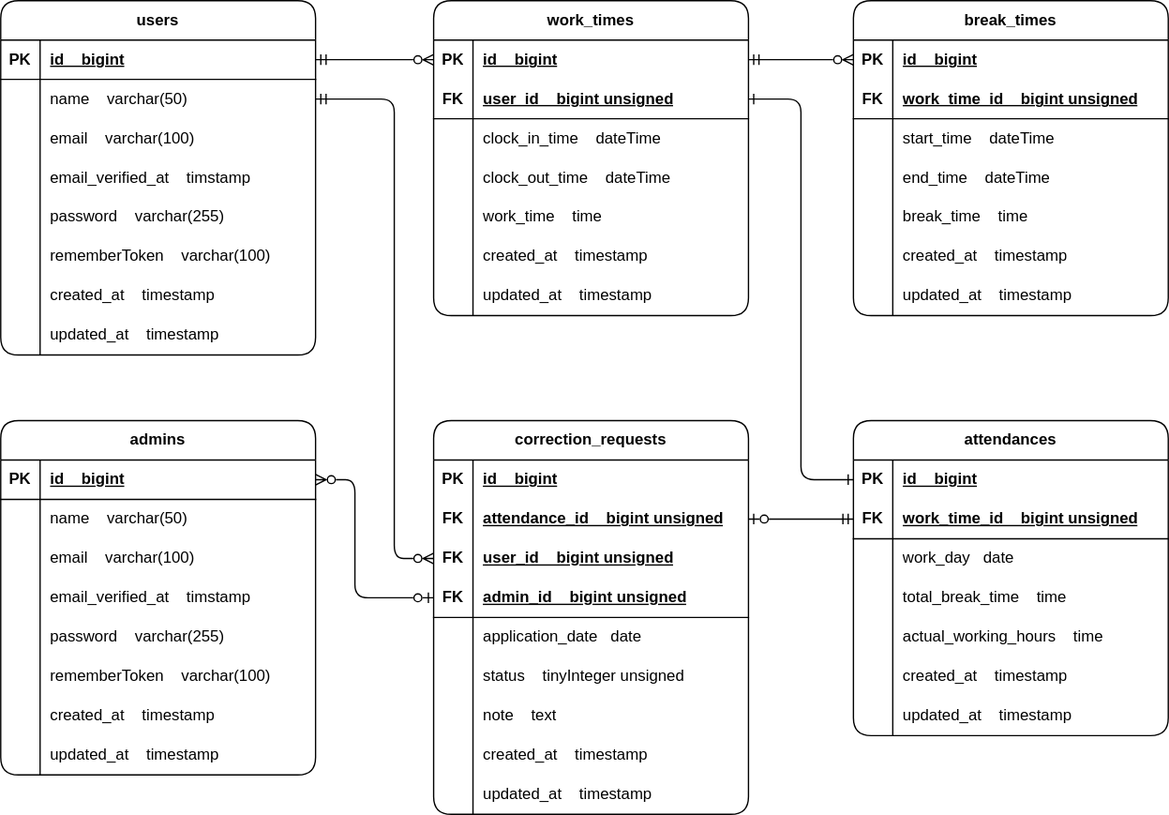
This is ER.drawio.svg from Takumi8888/attendance-management, a draw.io export, as it was before one commit. Source tidied: cells renumbered, new cells last; positions are measured from the earlier drawing's top-left corner, leaving out a move shared by most shapes.
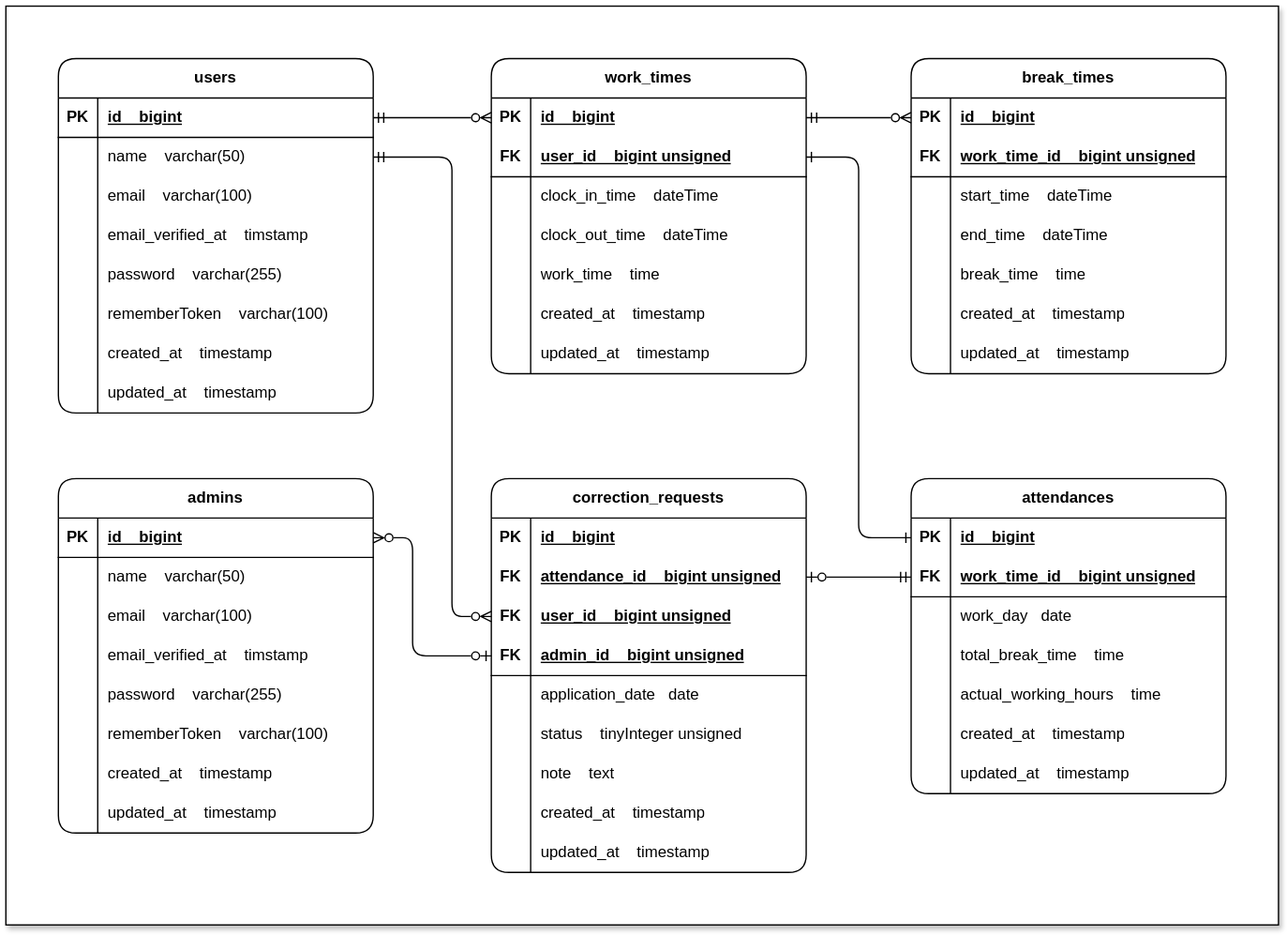
After the commit.

Change to the diagram source:
```diff
@@ -2,6 +2,9 @@
   <root>
     <mxCell id="0" />
     <mxCell id="1" parent="0" />
+    <mxCell id="152" style="rounded=0;whiteSpace=wrap;html=1;shadow=1;" parent="1" vertex="1">
+      <mxGeometry x="-40" y="-40" width="970" height="700" as="geometry" />
+    </mxCell>
     <mxCell id="2" value="work_times" style="shape=table;startSize=30;rowLines=0;fontStyle=1;align=center;html=1;whiteSpace=wrap;rounded=1;" parent="1" vertex="1">
       <mxGeometry x="330" width="240" height="240" as="geometry" />
     </mxCell>
```
